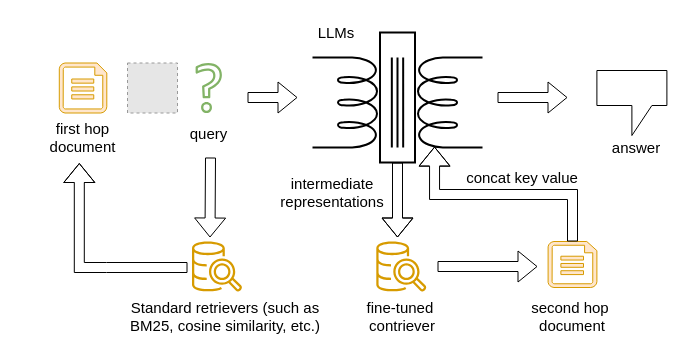
Above: L-RAG/process.drawio in Olive-2019/drawio-source (draw.io), before the change. Source tidied: cells renumbered, new cells numbered last; positions are measured from the earlier drawing's top-left corner, leaving out a move shared by most shapes. Both pictures are drawn from the tidied source at 100%, with x=0, y=0 at pixel (17, 17). Pictures stored in the file or linked from it are replaced by grey dashed boxes.
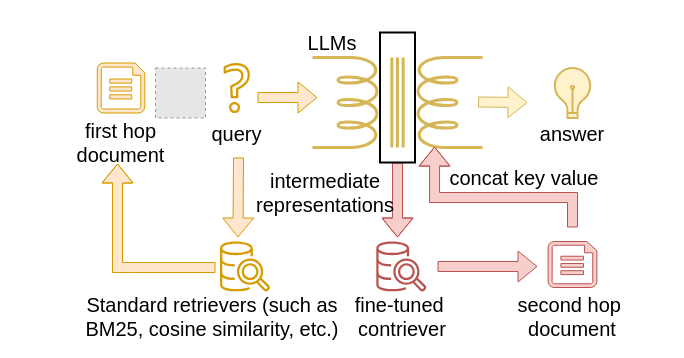
The same diagram, later.

Unchanged cells that the change refers to:
```xml
<mxCell id="12" style="rounded=0;whiteSpace=wrap;html=1;fillColor=none;strokeWidth=2;" parent="1" vertex="1">
  <mxGeometry x="362.5" y="15" width="35" height="130" as="geometry" />
</mxCell>
```

The edit, as a diff of the source:
```diff
@@
-    <mxCell id="2" style="edgeStyle=orthogonalEdgeStyle;rounded=0;jettySize=auto;html=1;exitX=0.5;exitY=1;exitDx=0;exitDy=0;shape=flexArrow;" parent="1" edge="1" source="12">
+    <mxCell id="2" style="edgeStyle=orthogonalEdgeStyle;rounded=0;jettySize=auto;html=1;exitX=0.5;exitY=1;exitDx=0;exitDy=0;shape=flexArrow;fillColor=#f8cecc;strokeColor=#b85450;" parent="1" edge="1" source="12">
       <mxGeometry relative="1" as="geometry">
         <mxPoint x="380" y="220" as="targetPoint" />
       </mxGeometry>
     </mxCell>
-    <mxCell id="3" style="verticalLabelPosition=bottom;shadow=0;dashed=0;align=center;html=1;verticalAlign=top;shape=mxgraph.electrical.inductors.transformer_2;strokeWidth=2;direction=south;" parent="1" vertex="1">
+    <mxCell id="3" style="verticalLabelPosition=bottom;shadow=0;dashed=0;align=center;html=1;verticalAlign=top;shape=mxgraph.electrical.inductors.transformer_2;strokeWidth=3;direction=south;fillColor=#fff2cc;strokeColor=#d6b656;" parent="1" vertex="1">
       <mxGeometry x="295" y="40" width="170" height="90" as="geometry" />
     </mxCell>
-    <mxCell id="4" style="edgeStyle=orthogonalEdgeStyle;rounded=0;orthogonalLoop=1;jettySize=auto;html=1;shape=flexArrow;" parent="1" edge="1">
+    <mxCell id="4" style="edgeStyle=orthogonalEdgeStyle;rounded=0;orthogonalLoop=1;jettySize=auto;html=1;shape=flexArrow;fillColor=#ffe6cc;strokeColor=#d79b00;" parent="1" edge="1">
       <mxGeometry relative="1" as="geometry">
-        <mxPoint x="170" y="250" as="sourcePoint" />
-        <mxPoint x="61.8" y="145.5" as="targetPoint" />
+        <mxPoint x="198" y="250" as="sourcePoint" />
+        <mxPoint x="100" y="146" as="targetPoint" />
         <Array as="points">
-          <mxPoint x="89" y="250" />
-          <mxPoint x="62" y="250" />
+          <mxPoint x="117" y="250" />
+          <mxPoint x="90" y="250" />
         </Array>
       </mxGeometry>
     </mxCell>
-    <mxCell id="5" value="Standard retrievers (such as BM25, cosine similarity, etc.)" style="text;html=1;align=center;verticalAlign=middle;whiteSpace=wrap;rounded=0;fontSize=15;" parent="1" vertex="1">
-      <mxGeometry x="110" y="274" width="196" height="50" as="geometry" />
+    <mxCell id="5" value="Standard retrievers (such as BM25, cosine similarity, etc.)" style="text;html=1;align=center;verticalAlign=middle;whiteSpace=wrap;rounded=0;fontSize=20;" parent="1" vertex="1">
+      <mxGeometry x="60" y="274" width="270" height="50" as="geometry" />
     </mxCell>
-    <mxCell id="6" style="verticalLabelPosition=bottom;html=1;verticalAlign=top;align=center;strokeColor=#d79b00;fillColor=#ffe6cc;shape=mxgraph.azure.file;" parent="1" vertex="1">
+    <mxCell id="6" style="verticalLabelPosition=bottom;html=1;verticalAlign=top;align=center;strokeColor=#b85450;fillColor=#f8cecc;shape=mxgraph.azure.file;" parent="1" vertex="1">
       <mxGeometry x="530.6" y="224" width="48.8" height="46" as="geometry" />
     </mxCell>
-    <mxCell id="7" value="second hop&amp;nbsp;&lt;div&gt;document&lt;/div&gt;" style="text;html=1;align=center;verticalAlign=middle;whiteSpace=wrap;rounded=0;strokeWidth=1;fontSize=15;" parent="1" vertex="1">
+    <mxCell id="7" value="second hop&amp;nbsp;&lt;div&gt;document&lt;/div&gt;" style="text;html=1;align=center;verticalAlign=middle;whiteSpace=wrap;rounded=0;strokeWidth=1;fontSize=20;" parent="1" vertex="1">
       <mxGeometry x="470" y="284" width="170" height="30" as="geometry" />
     </mxCell>
-    <mxCell id="8" value="fine-tuned&amp;nbsp;&lt;div&gt;contriever&lt;/div&gt;" style="text;html=1;align=center;verticalAlign=middle;whiteSpace=wrap;rounded=0;fontSize=15;" parent="1" vertex="1">
+    <mxCell id="8" value="fine-tuned&amp;nbsp;&lt;div&gt;contriever&lt;/div&gt;" style="text;html=1;align=center;verticalAlign=middle;whiteSpace=wrap;rounded=0;fontSize=20;" parent="1" vertex="1">
       <mxGeometry x="300" y="284" width="170" height="30" as="geometry" />
     </mxCell>
     <mxCell id="9" style="verticalLabelPosition=bottom;html=1;verticalAlign=top;align=center;strokeColor=#d79b00;fillColor=#ffe6cc;shape=mxgraph.azure.file;" parent="1" vertex="1">
-      <mxGeometry x="41.8" y="45.5" width="47.5" height="50" as="geometry" />
+      <mxGeometry x="79.8" y="45.5" width="47.5" height="50" as="geometry" />
     </mxCell>
-    <mxCell id="10" value="first hop&lt;div&gt;document&lt;/div&gt;" style="text;html=1;align=center;verticalAlign=middle;whiteSpace=wrap;rounded=0;strokeWidth=1;fontSize=15;" parent="1" vertex="1">
-      <mxGeometry y="105" width="131" height="30" as="geometry" />
+    <mxCell id="10" value="first hop&lt;div&gt;document&lt;/div&gt;" style="text;html=1;align=center;verticalAlign=middle;whiteSpace=wrap;rounded=0;strokeWidth=1;fontSize=20;" parent="1" vertex="1">
+      <mxGeometry x="38" y="110" width="131" height="30" as="geometry" />
     </mxCell>
-    <mxCell id="11" value="intermediate representations" style="text;html=1;align=center;verticalAlign=middle;whiteSpace=wrap;rounded=0;fontSize=15;" parent="1" vertex="1">
-      <mxGeometry x="224.5" y="160" width="180" height="30" as="geometry" />
+    <mxCell id="11" value="intermediate representations" style="text;html=1;align=center;verticalAlign=middle;whiteSpace=wrap;rounded=0;fontSize=20;" parent="1" vertex="1">
+      <mxGeometry x="217.5" y="160" width="180" height="30" as="geometry" />
     </mxCell>
@@
     <mxCell id="13" style="sketch=0;fillColor=#D79B00;strokeColor=#d79b00;dashed=0;verticalLabelPosition=bottom;verticalAlign=top;align=center;html=1;fontSize=12;fontStyle=0;shape=mxgraph.aws4.redshift_query_editor_v20_light;" parent="1" vertex="1">
-      <mxGeometry x="174.5" y="224" width="50" height="50" as="geometry" />
+      <mxGeometry x="202.5" y="224" width="50" height="50" as="geometry" />
     </mxCell>
-    <mxCell id="14" style="sketch=0;fillColor=#82B366;strokeColor=#82b366;dashed=0;verticalLabelPosition=bottom;verticalAlign=top;align=center;html=1;fontSize=12;fontStyle=0;shape=mxgraph.aws4.question;" parent="1" vertex="1">
-      <mxGeometry x="178.1" y="45.5" width="26.3" height="50" as="geometry" />
+    <mxCell id="14" style="sketch=0;fillColor=#D79B00;strokeColor=#D79B00;dashed=0;verticalLabelPosition=bottom;verticalAlign=top;align=center;html=1;fontSize=12;fontStyle=0;shape=mxgraph.aws4.question;" parent="1" vertex="1">
+      <mxGeometry x="206.1" y="45.5" width="26.3" height="50" as="geometry" />
     </mxCell>
-    <mxCell id="15" value="query" style="text;html=1;align=center;verticalAlign=middle;whiteSpace=wrap;rounded=0;strokeWidth=1;fontSize=15;" parent="1" vertex="1">
-      <mxGeometry x="150" y="100.5" width="82.5" height="30" as="geometry" />
+    <mxCell id="15" value="query" style="text;html=1;align=center;verticalAlign=middle;whiteSpace=wrap;rounded=0;strokeWidth=1;fontSize=20;" parent="1" vertex="1">
+      <mxGeometry x="178" y="100.5" width="82.5" height="30" as="geometry" />
     </mxCell>
-    <mxCell id="16" value="LLMs" style="text;html=1;align=center;verticalAlign=middle;whiteSpace=wrap;rounded=0;fontSize=15;" parent="1" vertex="1">
-      <mxGeometry x="288.8" width="60" height="30" as="geometry" />
+    <mxCell id="16" value="LLMs" style="text;html=1;align=center;verticalAlign=middle;whiteSpace=wrap;rounded=0;fontSize=20;fillColor=none;" parent="1" vertex="1">
+      <mxGeometry x="284.5" y="10" width="60" height="30" as="geometry" />
     </mxCell>
     <mxCell id="17" style="fillColor=#E6E6E6;strokeColor=#999999;dashed=1;html=1;verticalAlign=top;verticalLabelPosition=bottom;labelBackgroundColor=#ffffff;" parent="1" vertex="1">
-      <mxGeometry x="110" y="45.5" width="50" height="50" as="geometry" />
+      <mxGeometry x="138" y="50.5" width="50" height="50" as="geometry" />
     </mxCell>
-    <mxCell id="18" style="sketch=0;fillColor=#D79B00;strokeColor=#d79b00;dashed=0;verticalLabelPosition=bottom;verticalAlign=top;align=center;html=1;fontSize=12;fontStyle=0;shape=mxgraph.aws4.redshift_query_editor_v20_light;" parent="1" vertex="1">
+    <mxCell id="18" style="sketch=0;fillColor=#B85450;strokeColor=#B85450;dashed=0;verticalLabelPosition=bottom;verticalAlign=top;align=center;html=1;fontSize=12;fontStyle=0;shape=mxgraph.aws4.redshift_query_editor_v20_light;" parent="1" vertex="1">
       <mxGeometry x="358.8" y="224" width="50" height="50" as="geometry" />
     </mxCell>
-    <mxCell id="19" style="shape=flexArrow;endArrow=classic;html=1;rounded=0;" parent="1" edge="1">
+    <mxCell id="19" style="shape=flexArrow;endArrow=classic;html=1;rounded=0;fillColor=#f8cecc;strokeColor=#b85450;" parent="1" edge="1">
       <mxGeometry relative="1" as="geometry">
         <mxPoint x="420" y="249" as="sourcePoint" />
         <mxPoint x="520" y="249" as="targetPoint" />
       </mxGeometry>
     </mxCell>
-    <mxCell id="20" style="shape=flexArrow;endArrow=classic;html=1;rounded=0;" parent="1" edge="1">
+    <mxCell id="20" style="shape=flexArrow;endArrow=classic;html=1;rounded=0;fillColor=#ffe6cc;strokeColor=#d79b00;" parent="1" edge="1">
       <mxGeometry relative="1" as="geometry">
-        <mxPoint x="230" y="80" as="sourcePoint" />
-        <mxPoint x="280" y="80" as="targetPoint" />
+        <mxPoint x="240" y="80" as="sourcePoint" />
+        <mxPoint x="300" y="80" as="targetPoint" />
       </mxGeometry>
     </mxCell>
-    <mxCell id="21" style="shape=flexArrow;endArrow=classic;html=1;rounded=0;" parent="1" edge="1">
+    <mxCell id="21" style="shape=flexArrow;endArrow=classic;html=1;rounded=0;fillColor=#ffe6cc;strokeColor=#d79b00;" parent="1" edge="1">
       <mxGeometry relative="1" as="geometry">
-        <mxPoint x="193" y="140" as="sourcePoint" />
-        <mxPoint x="192.5" y="220" as="targetPoint" />
+        <mxPoint x="221" y="140" as="sourcePoint" />
+        <mxPoint x="220.5" y="220" as="targetPoint" />
       </mxGeometry>
     </mxCell>
-    <mxCell id="22" style="edgeStyle=elbowEdgeStyle;rounded=0;jettySize=auto;html=1;entryX=0.99;entryY=0.282;entryDx=0;entryDy=0;entryPerimeter=0;elbow=vertical;shape=flexArrow;" parent="1" edge="1" source="6" target="3">
-      <mxGeometry relative="1" as="geometry" />
+    <mxCell id="22" style="edgeStyle=elbowEdgeStyle;rounded=0;jettySize=auto;html=1;entryX=0.99;entryY=0.282;entryDx=0;entryDy=0;entryPerimeter=0;elbow=vertical;shape=flexArrow;fillColor=#f8cecc;strokeColor=#b85450;" parent="1" edge="1" target="3">
+      <mxGeometry relative="1" as="geometry">
+        <mxPoint x="555" y="210" as="sourcePoint" />
+        <Array as="points">
+          <mxPoint x="490" y="180" />
+        </Array>
+      </mxGeometry>
     </mxCell>
-    <mxCell id="23" value="concat key value" style="text;html=1;align=center;verticalAlign=middle;whiteSpace=wrap;rounded=0;fontSize=15;" parent="1" vertex="1">
-      <mxGeometry x="440" y="145" width="130" height="30" as="geometry" />
+    <mxCell id="23" value="concat key value" style="text;html=1;align=center;verticalAlign=middle;whiteSpace=wrap;rounded=0;fontSize=20;" parent="1" vertex="1">
+      <mxGeometry x="424.2" y="145" width="165.8" height="30" as="geometry" />
     </mxCell>
-    <mxCell id="24" style="shape=flexArrow;endArrow=classic;html=1;rounded=0;" parent="1" edge="1">
+    <mxCell id="24" style="shape=flexArrow;endArrow=classic;html=1;rounded=0;fillColor=#fff2cc;strokeColor=#d6b656;" parent="1" edge="1">
       <mxGeometry relative="1" as="geometry">
-        <mxPoint x="480" y="80" as="sourcePoint" />
-        <mxPoint x="550" y="80" as="targetPoint" />
+        <mxPoint x="460.6" y="84.5" as="sourcePoint" />
+        <mxPoint x="510" y="85" as="targetPoint" />
       </mxGeometry>
     </mxCell>
-    <mxCell id="25" value="answer" style="text;html=1;align=center;verticalAlign=middle;whiteSpace=wrap;rounded=0;fontSize=15;" parent="1" vertex="1">
-      <mxGeometry x="589.4" y="115" width="60" height="30" as="geometry" />
+    <mxCell id="25" value="answer" style="text;html=1;align=center;verticalAlign=middle;whiteSpace=wrap;rounded=0;fontSize=20;" parent="1" vertex="1">
+      <mxGeometry x="525" y="100.5" width="60" height="30" as="geometry" />
     </mxCell>
-    <mxCell id="26" style="shape=callout;whiteSpace=wrap;html=1;perimeter=calloutPerimeter;" parent="1" vertex="1">
-      <mxGeometry x="579.4" y="53" width="70" height="65" as="geometry" />
-    </mxCell>
+    <mxCell id="27" style="html=1;verticalLabelPosition=bottom;align=center;labelBackgroundColor=#ffffff;verticalAlign=top;strokeWidth=2;strokeColor=#d6b656;shadow=0;dashed=0;shape=mxgraph.ios7.icons.lightbulb;fillColor=#fff2cc;" parent="1" vertex="1">
+      <mxGeometry x="535.8" y="50.5" width="38.4" height="50" as="geometry" />
+    </mxCell>
+    <mxCell id="28" style="edgeStyle=orthogonalEdgeStyle;rounded=0;orthogonalLoop=1;jettySize=auto;html=1;exitX=0.5;exitY=1;exitDx=0;exitDy=0;" parent="1" edge="1" source="8" target="8">
+      <mxGeometry relative="1" as="geometry" />
+    </mxCell>
```
